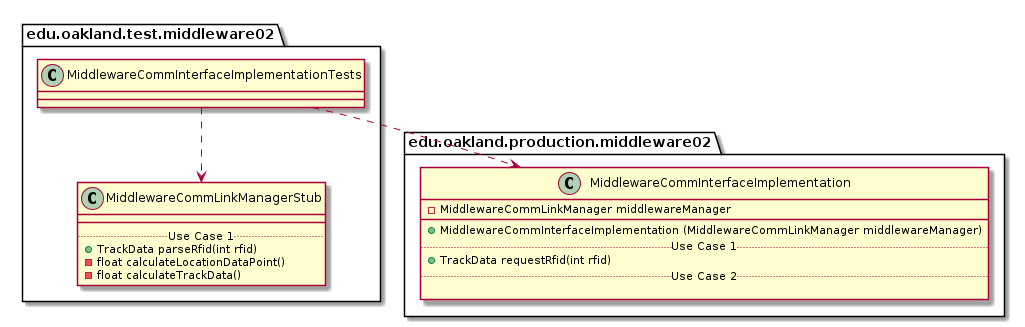
andrewdimmer/csi-3370-software-project keeps this PlantUML diagram as docs/uml-class-diagrams/middleware02/test/MiddlewareCommInterfaceImplementationTests/MiddlewareCommInterfaceImplementationTests_DirectDependencies.png. Above is the earlier version.
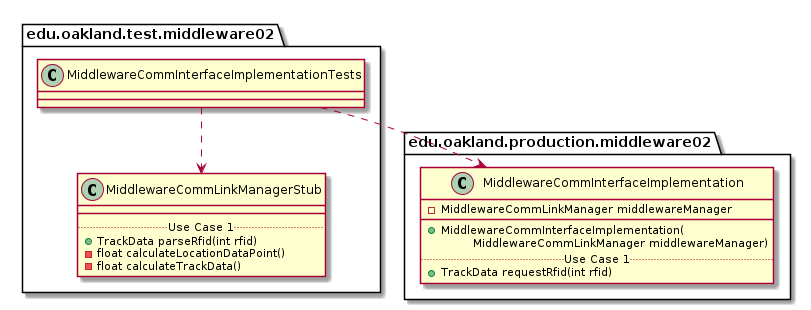
The same diagram one commit later.

Diff of the diagram source:
```diff
@@ -26,12 +26,10 @@
     class MiddlewareCommInterfaceImplementation {
         - MiddlewareCommLinkManager middlewareManager
         __
-        + MiddlewareCommInterfaceImplementation (MiddlewareCommLinkManager middlewareManager)
+        + MiddlewareCommInterfaceImplementation(
+        \tMiddlewareCommLinkManager middlewareManager)
         .. Use Case 1 ..
         + TrackData requestRfid(int rfid)
-        .. Use Case 2 ..
-
-    }
 }
 
 MiddlewareCommInterfaceImplementationTests ..> MiddlewareCommInterfaceImplementation
```
